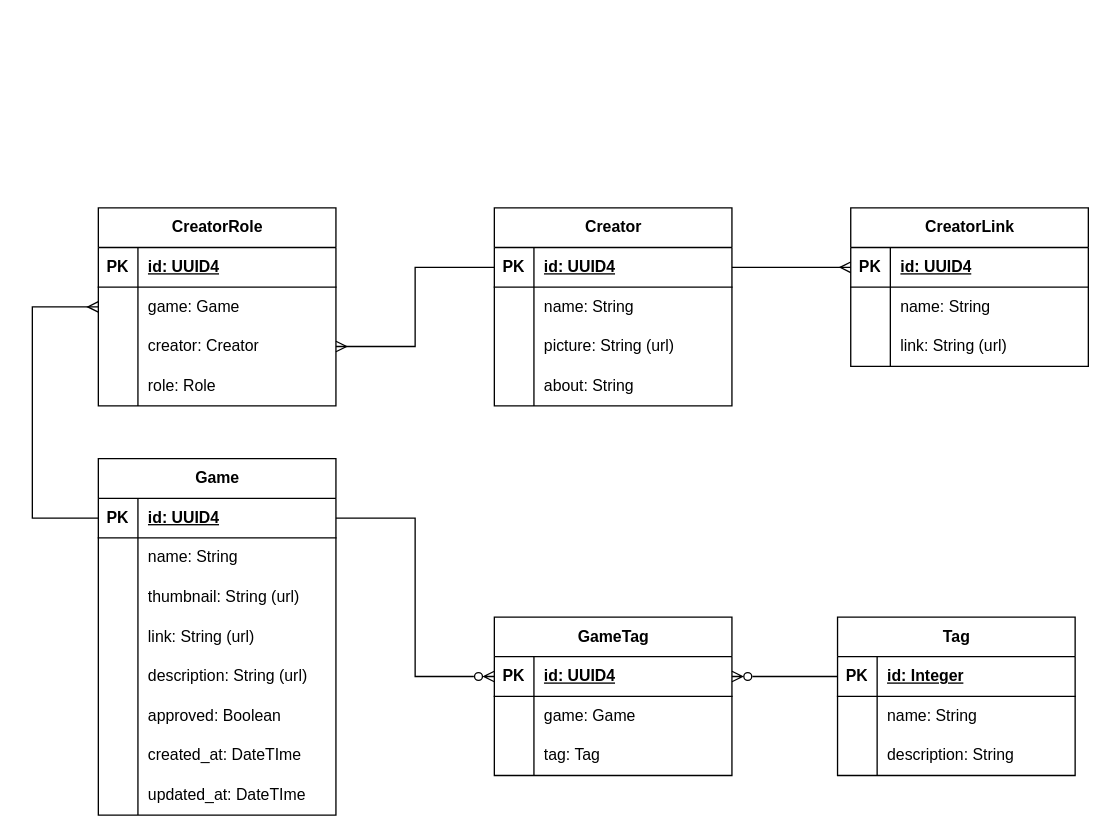
Earlier version of the draw.io diagram artifacts/GMC-Gallery-Schema.drawio (unimelb-game-makers/gmc-website). Source tidied: cells renumbered, new cells numbered last; positions are measured from the earlier drawing's top-left corner, leaving out a move shared by most shapes. Both pictures are drawn from the tidied source at 132%, with x=0, y=0 at pixel (32, 207).
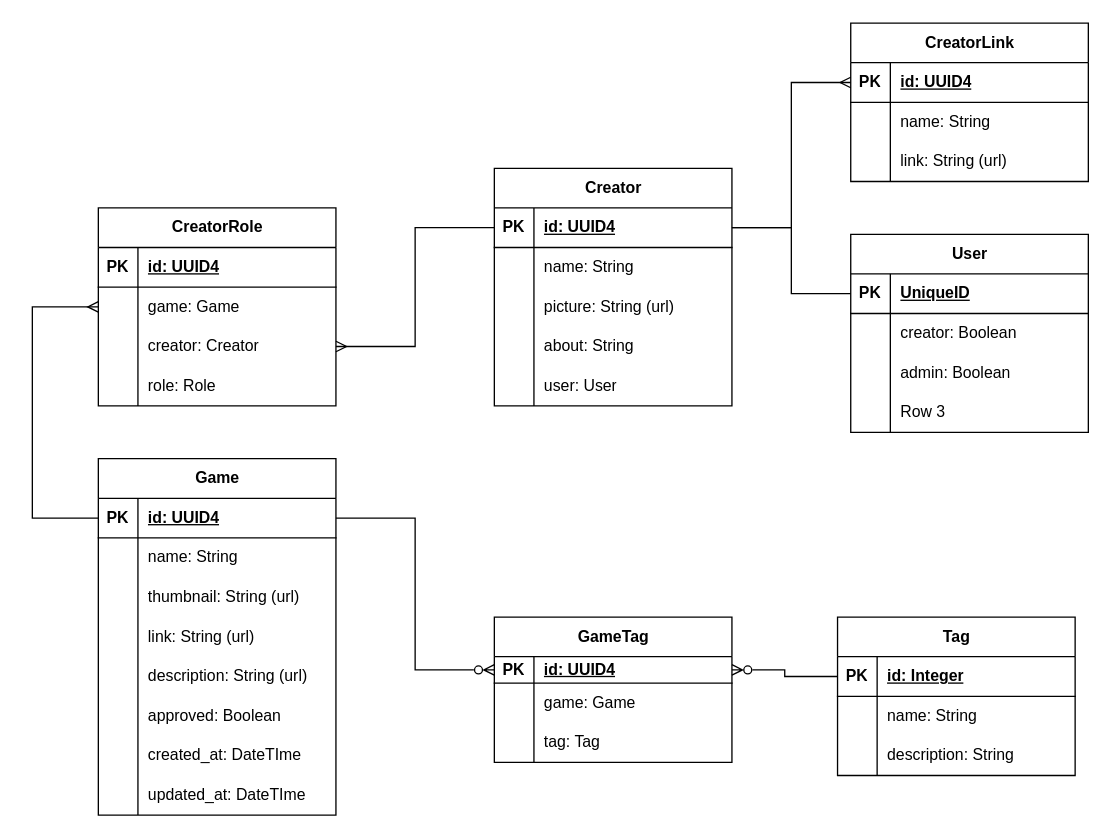
Above is the later version.

Unchanged cells that the change refers to:
```xml
<mxCell id="50" style="shape=tableRow;horizontal=0;startSize=0;swimlaneHead=0;swimlaneBody=0;fillColor=none;points=[[0,0.5],[1,0.5]];portConstraint=eastwest;top=0;left=0;right=0;bottom=1;" parent="49" vertex="1">
  <mxGeometry y="30" width="180" height="30" as="geometry" />
</mxCell>
```

What changed in the source:
```diff
@@
     <mxCell id="37" value="GameTag" style="shape=table;startSize=30;childLayout=tableLayout;rowLines=0;fontStyle=1;align=center;html=1;" parent="1" vertex="1">
-      <mxGeometry x="350" y="310" width="180" height="120" as="geometry" />
+      <mxGeometry x="350" y="310" width="180" height="110" as="geometry" />
     </mxCell>
     <mxCell id="38" style="shape=tableRow;horizontal=0;startSize=0;swimlaneHead=0;swimlaneBody=0;fillColor=none;points=[[0,0.5],[1,0.5]];portConstraint=eastwest;top=0;left=0;right=0;bottom=1;" parent="37" vertex="1">
-      <mxGeometry y="30" width="180" height="30" as="geometry" />
+      <mxGeometry y="30" width="180" height="20" as="geometry" />
     </mxCell>
     <mxCell id="39" value="PK" style="shape=partialRectangle;fillColor=none;top=0;left=0;bottom=0;right=0;fontStyle=1;overflow=hidden;whiteSpace=wrap;html=1;" parent="38" vertex="1">
-      <mxGeometry width="30" height="30" as="geometry" />
+      <mxGeometry width="30" height="20" as="geometry" />
     </mxCell>
     <mxCell id="40" value="id: UUID4" style="shape=partialRectangle;fillColor=none;top=0;left=0;bottom=0;right=0;align=left;spacingLeft=6;fontStyle=5;overflow=hidden;whiteSpace=wrap;html=1;" parent="38" vertex="1">
-      <mxGeometry x="30" width="150" height="30" as="geometry" />
+      <mxGeometry x="30" width="150" height="20" as="geometry" />
     </mxCell>
     <mxCell id="41" style="shape=tableRow;horizontal=0;startSize=0;swimlaneHead=0;swimlaneBody=0;fillColor=none;top=0;left=0;right=0;bottom=0;" parent="37" vertex="1">
-      <mxGeometry y="60" width="180" height="30" as="geometry" />
+      <mxGeometry y="50" width="180" height="30" as="geometry" />
     </mxCell>
@@
     <mxCell id="44" style="shape=tableRow;horizontal=0;startSize=0;swimlaneHead=0;swimlaneBody=0;fillColor=none;top=0;left=0;right=0;bottom=0;" parent="37" vertex="1">
-      <mxGeometry y="90" width="180" height="30" as="geometry" />
+      <mxGeometry y="80" width="180" height="30" as="geometry" />
     </mxCell>
@@
     <mxCell id="49" value="Creator" style="shape=table;startSize=30;childLayout=tableLayout;rowLines=0;fontStyle=1;align=center;html=1;" parent="1" vertex="1">
-      <mxGeometry x="350" width="180" height="150" as="geometry" />
+      <mxGeometry x="350" y="-30" width="180" height="180" as="geometry" />
     </mxCell>
@@
+    <mxCell id="88" style="shape=tableRow;horizontal=0;startSize=0;swimlaneHead=0;swimlaneBody=0;fillColor=none;top=0;left=0;right=0;bottom=0;" parent="49" vertex="1">
+      <mxGeometry y="150" width="180" height="30" as="geometry" />
+    </mxCell>
+    <mxCell id="89" style="shape=partialRectangle;fillColor=none;top=0;left=0;bottom=0;right=0;overflow=hidden;whiteSpace=wrap;html=1;" parent="88" vertex="1">
+      <mxGeometry width="30" height="30" as="geometry" />
+    </mxCell>
+    <mxCell id="90" value="user: User" style="shape=partialRectangle;fillColor=none;top=0;left=0;bottom=0;right=0;align=left;spacingLeft=6;overflow=hidden;whiteSpace=wrap;html=1;" parent="88" vertex="1">
+      <mxGeometry x="30" width="150" height="30" as="geometry" />
+    </mxCell>
@@
     <mxCell id="77" value="CreatorLink" style="shape=table;startSize=30;childLayout=tableLayout;rowLines=0;fontStyle=1;align=center;html=1;" parent="1" vertex="1">
-      <mxGeometry x="620" width="180" height="120" as="geometry" />
+      <mxGeometry x="620" y="-140" width="180" height="120" as="geometry" />
     </mxCell>
@@
+    <mxCell id="91" value="User" style="shape=table;startSize=30;childLayout=tableLayout;rowLines=0;fontStyle=1;align=center;html=1;" parent="1" vertex="1">
+      <mxGeometry x="620" y="20" width="180" height="150" as="geometry" />
+    </mxCell>
+    <mxCell id="92" style="shape=tableRow;horizontal=0;startSize=0;swimlaneHead=0;swimlaneBody=0;fillColor=none;points=[[0,0.5],[1,0.5]];portConstraint=eastwest;top=0;left=0;right=0;bottom=1;" parent="91" vertex="1">
+      <mxGeometry y="30" width="180" height="30" as="geometry" />
+    </mxCell>
+    <mxCell id="93" value="PK" style="shape=partialRectangle;fillColor=none;top=0;left=0;bottom=0;right=0;fontStyle=1;overflow=hidden;whiteSpace=wrap;html=1;" parent="92" vertex="1">
+      <mxGeometry width="30" height="30" as="geometry" />
+    </mxCell>
+    <mxCell id="94" value="UniqueID" style="shape=partialRectangle;fillColor=none;top=0;left=0;bottom=0;right=0;align=left;spacingLeft=6;fontStyle=5;overflow=hidden;whiteSpace=wrap;html=1;" parent="92" vertex="1">
+      <mxGeometry x="30" width="150" height="30" as="geometry" />
+    </mxCell>
+    <mxCell id="95" style="shape=tableRow;horizontal=0;startSize=0;swimlaneHead=0;swimlaneBody=0;fillColor=none;top=0;left=0;right=0;bottom=0;" parent="91" vertex="1">
+      <mxGeometry y="60" width="180" height="30" as="geometry" />
+    </mxCell>
+    <mxCell id="96" style="shape=partialRectangle;fillColor=none;top=0;left=0;bottom=0;right=0;overflow=hidden;whiteSpace=wrap;html=1;" parent="95" vertex="1">
+      <mxGeometry width="30" height="30" as="geometry" />
+    </mxCell>
+    <mxCell id="97" value="creator: Boolean" style="shape=partialRectangle;fillColor=none;top=0;left=0;bottom=0;right=0;align=left;spacingLeft=6;overflow=hidden;whiteSpace=wrap;html=1;" parent="95" vertex="1">
+      <mxGeometry x="30" width="150" height="30" as="geometry" />
+    </mxCell>
+    <mxCell id="98" style="shape=tableRow;horizontal=0;startSize=0;swimlaneHead=0;swimlaneBody=0;fillColor=none;top=0;left=0;right=0;bottom=0;" parent="91" vertex="1">
+      <mxGeometry y="90" width="180" height="30" as="geometry" />
+    </mxCell>
+    <mxCell id="99" style="shape=partialRectangle;fillColor=none;top=0;left=0;bottom=0;right=0;overflow=hidden;whiteSpace=wrap;html=1;" parent="98" vertex="1">
+      <mxGeometry width="30" height="30" as="geometry" />
+    </mxCell>
+    <mxCell id="100" value="admin: Boolean" style="shape=partialRectangle;fillColor=none;top=0;left=0;bottom=0;right=0;align=left;spacingLeft=6;overflow=hidden;whiteSpace=wrap;html=1;" parent="98" vertex="1">
+      <mxGeometry x="30" width="150" height="30" as="geometry" />
+    </mxCell>
+    <mxCell id="101" style="shape=tableRow;horizontal=0;startSize=0;swimlaneHead=0;swimlaneBody=0;fillColor=none;top=0;left=0;right=0;bottom=0;" parent="91" vertex="1">
+      <mxGeometry y="120" width="180" height="30" as="geometry" />
+    </mxCell>
+    <mxCell id="102" style="shape=partialRectangle;fillColor=none;top=0;left=0;bottom=0;right=0;overflow=hidden;whiteSpace=wrap;html=1;" parent="101" vertex="1">
+      <mxGeometry width="30" height="30" as="geometry" />
+    </mxCell>
+    <mxCell id="103" value="Row 3" style="shape=partialRectangle;fillColor=none;top=0;left=0;bottom=0;right=0;align=left;spacingLeft=6;overflow=hidden;whiteSpace=wrap;html=1;" parent="101" vertex="1">
+      <mxGeometry x="30" width="150" height="30" as="geometry" />
+    </mxCell>
+    <mxCell id="104" style="edgeStyle=orthogonalEdgeStyle;rounded=0;jettySize=auto;html=1;exitX=1;exitY=0.5;exitDx=0;exitDy=0;entryX=0;entryY=0.5;entryDx=0;entryDy=0;endArrow=none;endFill=0;" parent="1" edge="1" source="50" target="92">
+      <mxGeometry relative="1" as="geometry" />
+    </mxCell>
```
